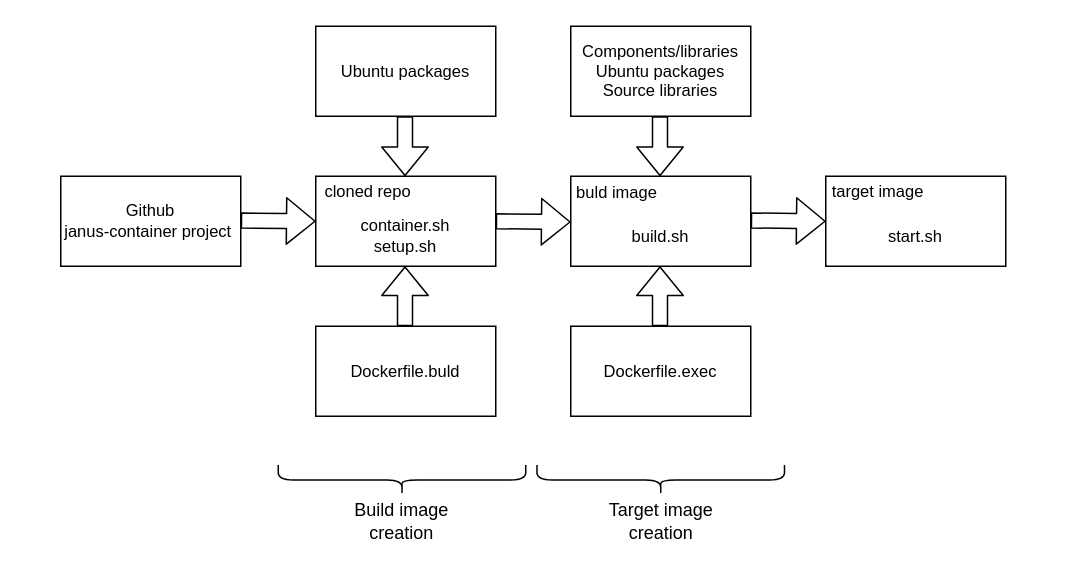
Above: doc/process.drawio in bartbalaz/janus-container (draw.io), before the change. Source tidied: cells renumbered, new cells numbered last; positions are measured from the earlier drawing's top-left corner, leaving out a move shared by most shapes. Both pictures are drawn from the tidied source at 150%, with x=0, y=0 at pixel (60, 26).
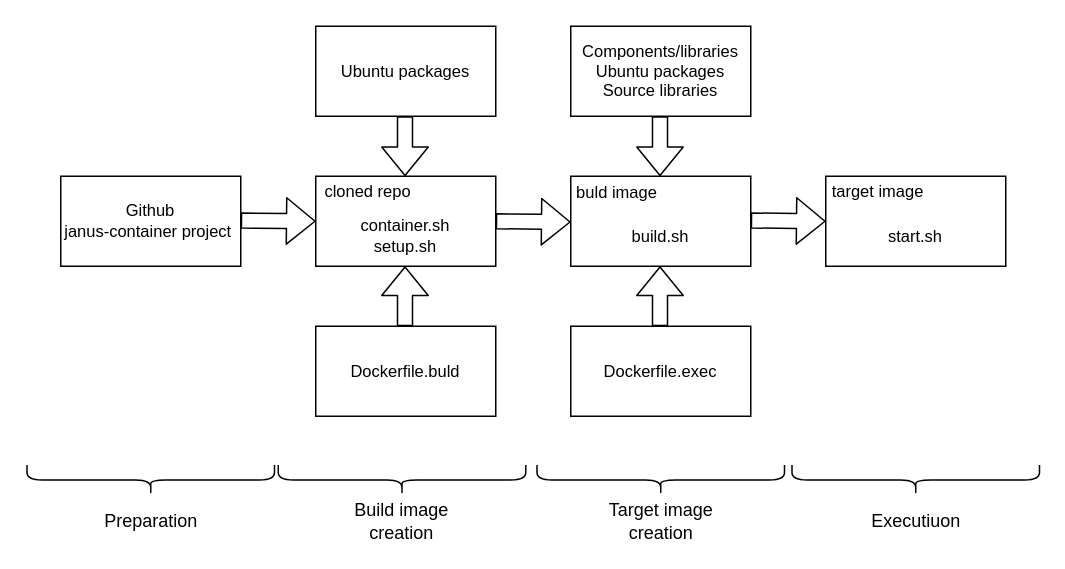
Above is the later version.

Diff of the diagram source:
```diff
@@
+    <mxCell id="27" style="shape=curlyBracket;whiteSpace=wrap;html=1;rounded=1;rotation=-90;" parent="1" vertex="1">
+      <mxGeometry x="50" y="220" width="20" height="165" as="geometry" />
+    </mxCell>
+    <mxCell id="28" value="Preparation" style="text;html=1;strokeColor=none;fillColor=none;align=center;verticalAlign=middle;whiteSpace=wrap;rounded=0;" parent="1" vertex="1">
+      <mxGeometry x="23.8" y="320" width="72.5" height="20" as="geometry" />
+    </mxCell>
+    <mxCell id="29" style="shape=curlyBracket;whiteSpace=wrap;html=1;rounded=1;rotation=-90;" parent="1" vertex="1">
+      <mxGeometry x="560" y="220" width="20" height="165" as="geometry" />
+    </mxCell>
+    <mxCell id="30" value="Executiuon" style="text;html=1;strokeColor=none;fillColor=none;align=center;verticalAlign=middle;whiteSpace=wrap;rounded=0;" parent="1" vertex="1">
+      <mxGeometry x="533.8" y="320" width="72.5" height="20" as="geometry" />
+    </mxCell>
```
